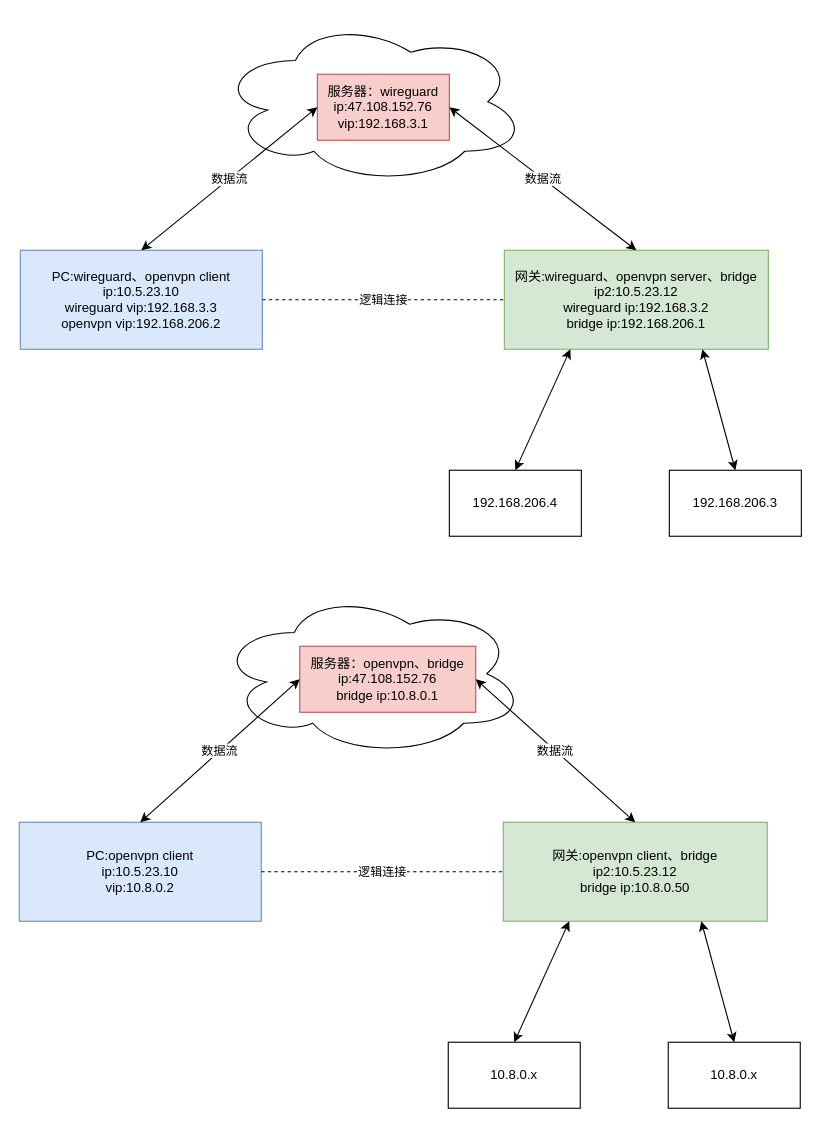
Earlier version of the draw.io diagram wireguard+openvpn.drawio (huhailong147/Test). Source tidied: cells renumbered, new cells numbered last; positions are measured from the earlier drawing's top-left corner, leaving out a move shared by most shapes. Both pictures are drawn from the tidied source at 110%, with x=0, y=0 at pixel (19, 19).
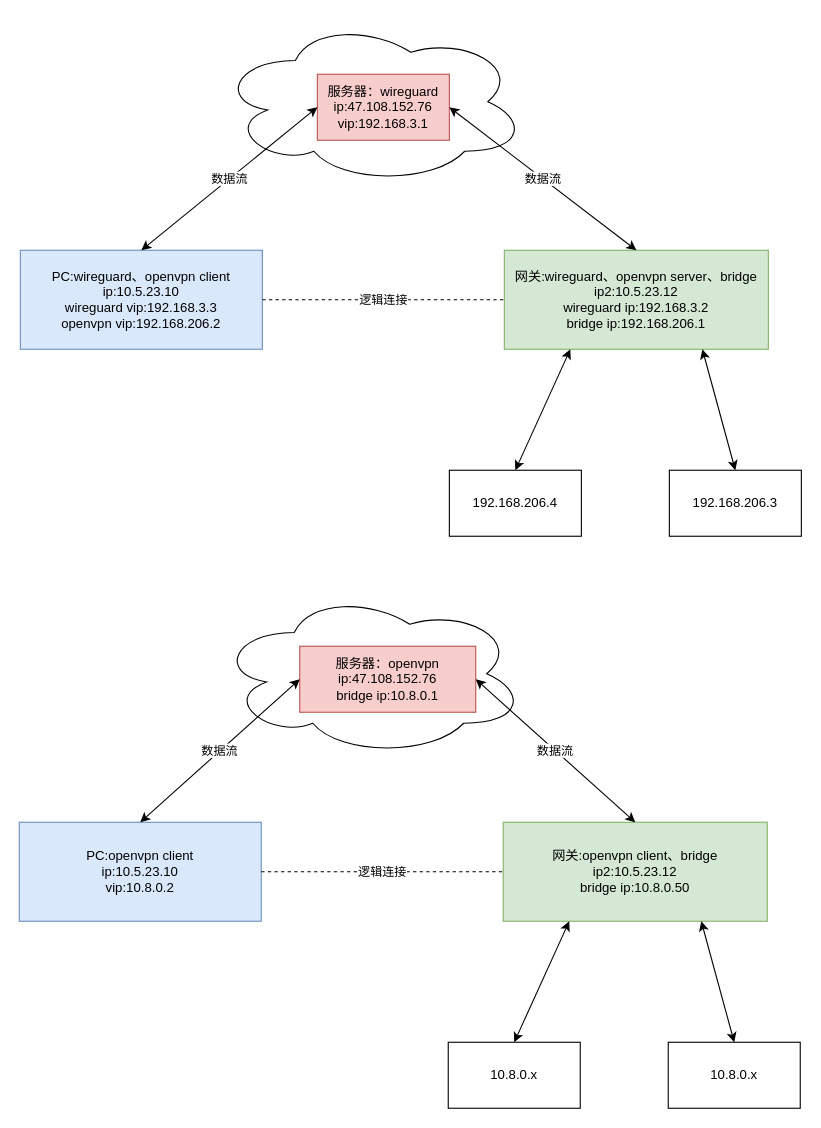
The same diagram, later.

What changed in the source:
```diff
@@
-    <mxCell id="14" value="服务器：openvpn、bridge&lt;br&gt;ip:47.108.152.76&lt;br&gt;bridge ip:10.8.0.1" style="rounded=0;whiteSpace=wrap;html=1;fillColor=#f8cecc;strokeColor=#b85450;" parent="1" vertex="1">
+    <mxCell id="14" value="服务器：openvpn&lt;br&gt;ip:47.108.152.76&lt;br&gt;bridge ip:10.8.0.1" style="rounded=0;whiteSpace=wrap;html=1;fillColor=#f8cecc;strokeColor=#b85450;" parent="1" vertex="1">
       <mxGeometry x="255" y="570" width="160" height="60" as="geometry" />
     </mxCell>
```
